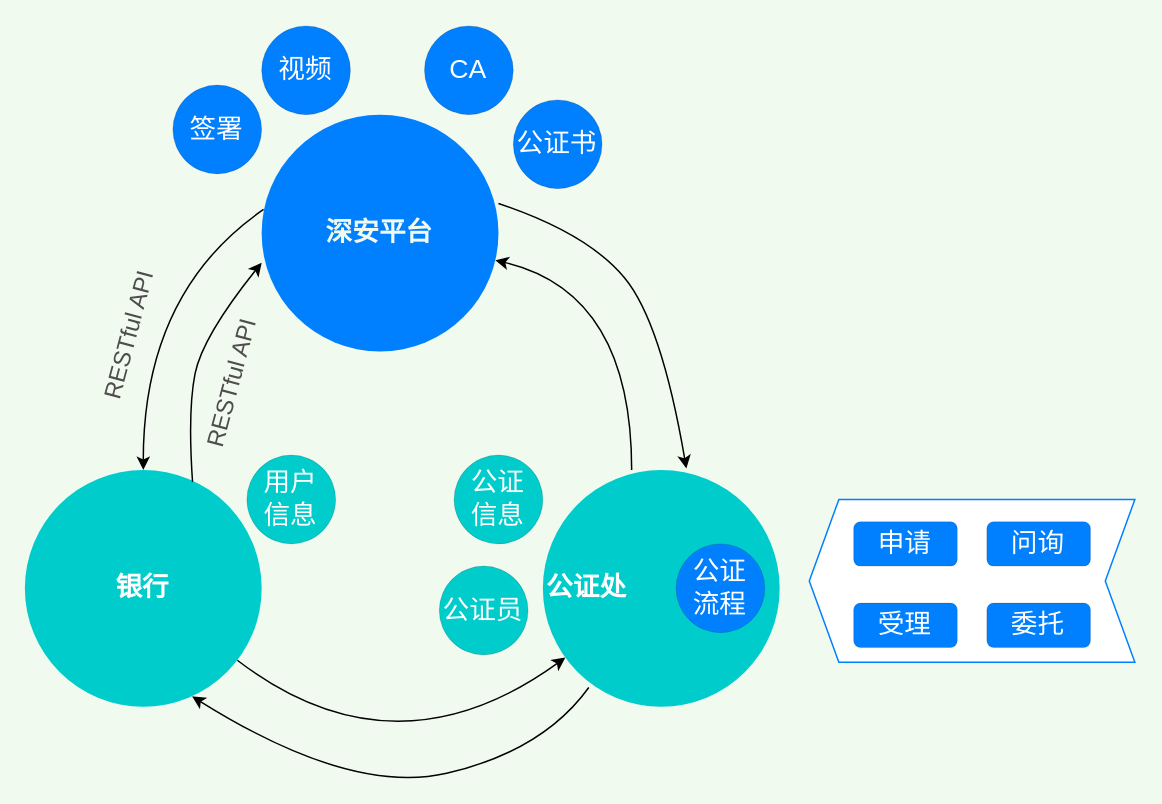
wuyongfeng/wuyongfeng keeps this draw.io diagram as page "赋强创新思路" (2 of 2) of 赋强创新思路.drawio. Above is the earlier version. Source tidied: cells renumbered, new cells numbered last; positions are measured from the earlier drawing's top-left corner, leaving out a move shared by most shapes. Both pictures are drawn from the tidied source at 148%, with x=0, y=0 at pixel (9, 25).
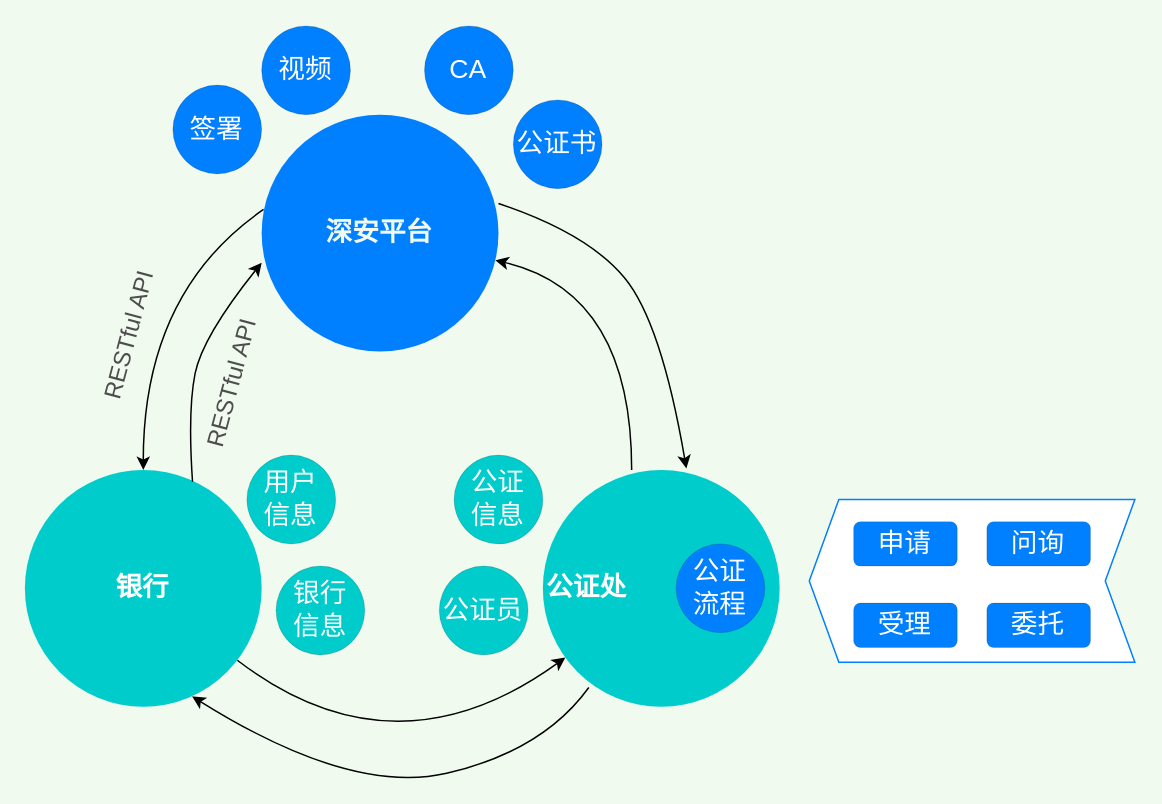
The same diagram, later.

The edit, as a diff of the source:
```diff
@@
+    <mxCell id="27" value="银行&lt;br&gt;信息" style="ellipse;whiteSpace=wrap;html=1;shadow=0;sketch=0;fontSize=18;fontColor=#FFFFFF;strokeColor=default;strokeWidth=0;fillColor=#00CCCC;gradientColor=none;" parent="1" vertex="1">
+      <mxGeometry x="180" y="365" width="60" height="60" as="geometry" />
+    </mxCell>
```
